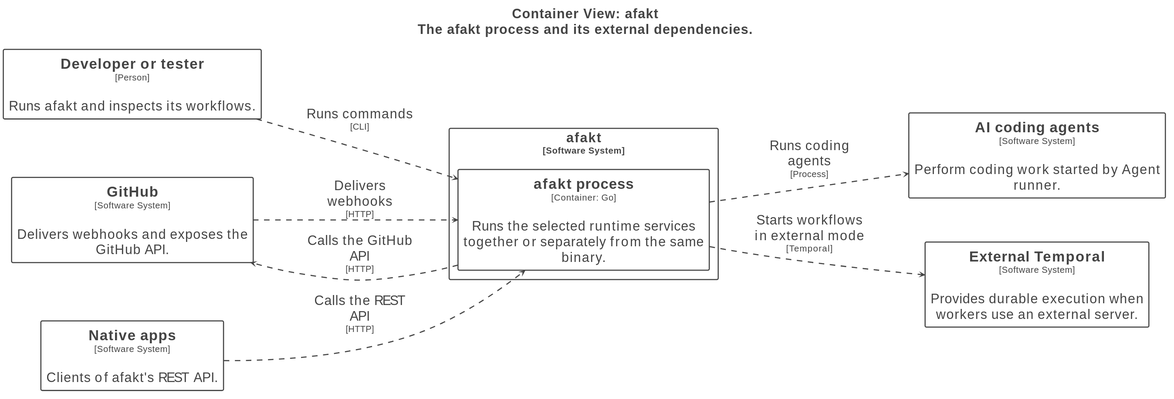
The PlantUML diagram docs/diagrams/structurizr-afakt-containers.svg in tbhb-dev/afakt, before a commit. Its source is kept beside it as docs/diagrams/structurizr-afakt-containers.puml.
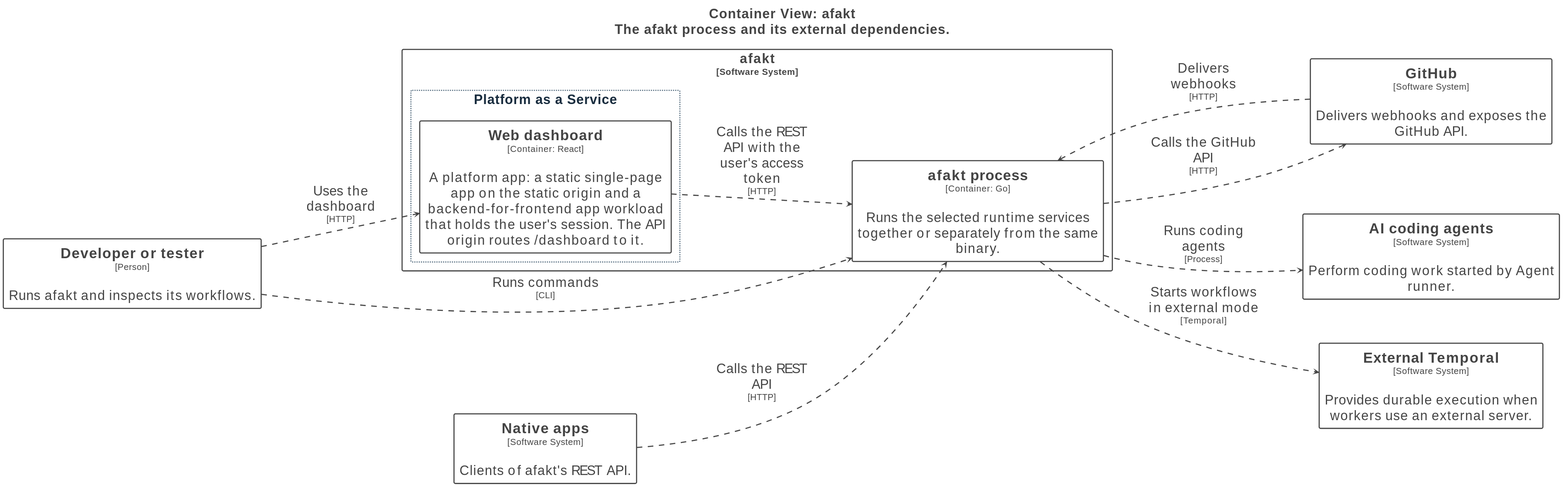
Above is the later version.

What changed in the source:
```diff
@@ -49,6 +49,17 @@
     HorizontalAlignment: center;
     Shadowing: 0;
   }
+  // Platform as a Service
+  .Group-UGxhdGZvcm0gYXMgYSBTZXJ2aWNl {
+    BackgroundColor: #ffffff;
+    LineColor: #536b7e;
+    LineStyle: 2-2;
+    LineThickness: 2;
+    FontColor: #182c3e;
+    FontSize: 24;
+    HorizontalAlignment: center;
+    Shadowing: 0;
+  }
 </style>
 
 rectangle "==Developer or tester\n<size:16>[Person]</size>\n\nRuns afakt and inspects its workflows." <<Element-RWxlbWVudA==>> as Developerortester
@@ -58,11 +69,17 @@
 rectangle "==External Temporal\n<size:16>[Software System]</size>\n\nProvides durable execution when workers use an external server." <<Element-RWxlbWVudA==>> as ExternalTemporal
 
 rectangle "afakt\n<size:16>[Software System]</size>" <<Boundary-YWZha3Q=>> {
+  rectangle "Platform as a Service" <<Group-UGxhdGZvcm0gYXMgYSBTZXJ2aWNl>> as group1 {
+    rectangle "==Web dashboard\n<size:16>[Container: React]</size>\n\nA platform app: a static single-page app on the static origin and a backend-for-frontend app workload that holds the user's session. The API origin routes /dashboard to it." <<Element-RWxlbWVudA==>> as afakt.Webdashboard
+  }
+
   rectangle "==afakt process\n<size:16>[Container: Go]</size>\n\nRuns the selected runtime services together or separately from the same binary." <<Element-RWxlbWVudA==>> as afakt.afaktprocess
 }
 
 Developerortester --> afakt.afaktprocess <<Relationship-UmVsYXRpb25zaGlw>> : "Runs commands\n<size:16>[CLI]</size>"
+Developerortester --> afakt.Webdashboard <<Relationship-UmVsYXRpb25zaGlw>> : "Uses the dashboard\n<size:16>[HTTP]</size>"
 Nativeapps --> afakt.afaktprocess <<Relationship-UmVsYXRpb25zaGlw>> : "Calls the REST API\n<size:16>[HTTP]</size>"
+afakt.Webdashboard --> afakt.afaktprocess <<Relationship-UmVsYXRpb25zaGlw>> : "Calls the REST API with the user's access token\n<size:16>[HTTP]</size>"
 GitHub --> afakt.afaktprocess <<Relationship-UmVsYXRpb25zaGlw>> : "Delivers webhooks\n<size:16>[HTTP]</size>"
 afakt.afaktprocess --> ExternalTemporal <<Relationship-UmVsYXRpb25zaGlw>> : "Starts workflows in external mode\n<size:16>[Temporal]</size>"
 afakt.afaktprocess --> GitHub <<Relationship-UmVsYXRpb25zaGlw>> : "Calls the GitHub API\n<size:16>[HTTP]</size>"
```
